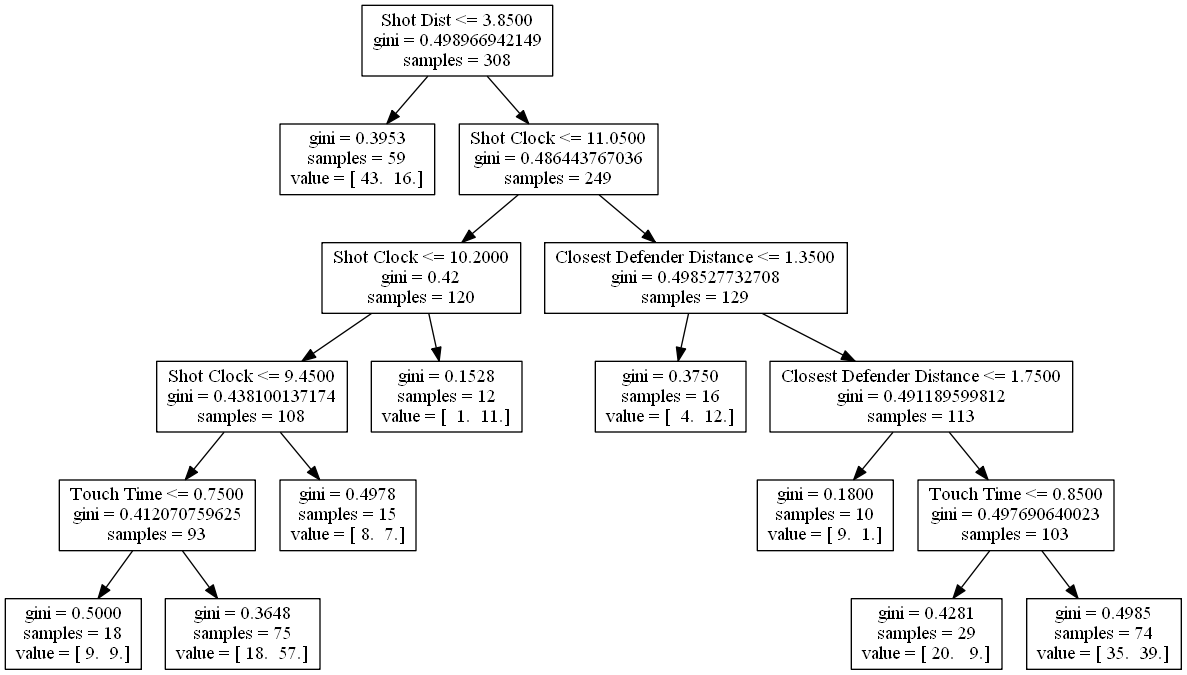
Earlier version of the Graphviz export tobias_harris.png (bveber/Analyze_NBA). Its source is kept beside it as tobias_harris.dot. Its diagram source:
```dot
digraph Tree {
0 [label="Shot Dist <= 3.8500\ngini = 0.498966942149\nsamples = 308", shape="box"] ;
1 [label="gini = 0.3953\nsamples = 59\nvalue = [ 43.  16.]", shape="box"] ;
0 -> 1 ;
2 [label="Shot Clock <= 11.0500\ngini = 0.486443767036\nsamples = 249", shape="box"] ;
0 -> 2 ;
3 [label="Shot Clock <= 10.2000\ngini = 0.42\nsamples = 120", shape="box"] ;
2 -> 3 ;
4 [label="Shot Clock <= 9.4500\ngini = 0.438100137174\nsamples = 108", shape="box"] ;
3 -> 4 ;
5 [label="Touch Time <= 0.7500\ngini = 0.412070759625\nsamples = 93", shape="box"] ;
4 -> 5 ;
6 [label="gini = 0.5000\nsamples = 18\nvalue = [ 9.  9.]", shape="box"] ;
5 -> 6 ;
7 [label="gini = 0.3648\nsamples = 75\nvalue = [ 18.  57.]", shape="box"] ;
5 -> 7 ;
8 [label="gini = 0.4978\nsamples = 15\nvalue = [ 8.  7.]", shape="box"] ;
4 -> 8 ;
9 [label="gini = 0.1528\nsamples = 12\nvalue = [  1.  11.]", shape="box"] ;
3 -> 9 ;
10 [label="Closest Defender Distance <= 1.3500\ngini = 0.498527732708\nsamples = 129", shape="box"] ;
2 -> 10 ;
11 [label="gini = 0.3750\nsamples = 16\nvalue = [  4.  12.]", shape="box"] ;
10 -> 11 ;
12 [label="Closest Defender Distance <= 1.7500\ngini = 0.491189599812\nsamples = 113", shape="box"] ;
10 -> 12 ;
13 [label="gini = 0.1800\nsamples = 10\nvalue = [ 9.  1.]", shape="box"] ;
12 -> 13 ;
14 [label="Touch Time <= 0.8500\ngini = 0.497690640023\nsamples = 103", shape="box"] ;
12 -> 14 ;
15 [label="gini = 0.4281\nsamples = 29\nvalue = [ 20.   9.]", shape="box"] ;
14 -> 15 ;
16 [label="gini = 0.4985\nsamples = 74\nvalue = [ 35.  39.]", shape="box"] ;
14 -> 16 ;
}
```
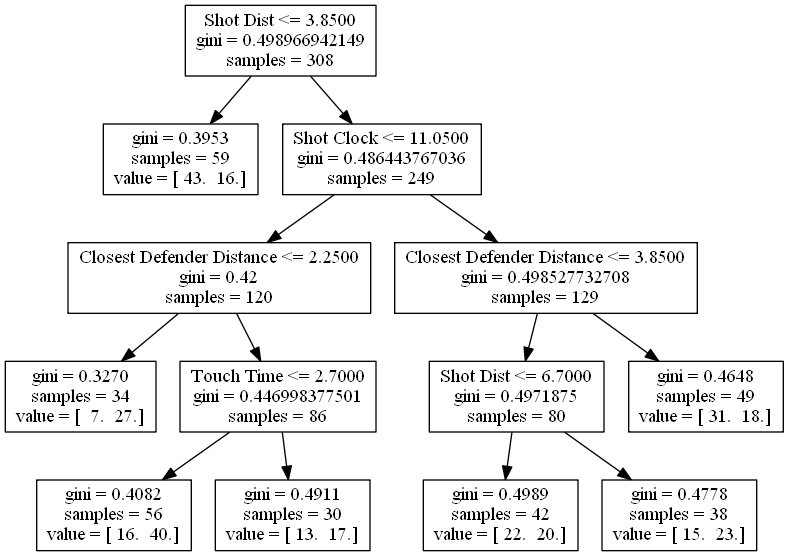
Later version of the same file.

The edit, as a diff of the source:
```diff
@@ -4,32 +4,24 @@
 0 -> 1 ;
 2 [label="Shot Clock <= 11.0500\ngini = 0.486443767036\nsamples = 249", shape="box"] ;
 0 -> 2 ;
-3 [label="Shot Clock <= 10.2000\ngini = 0.42\nsamples = 120", shape="box"] ;
+3 [label="Closest Defender Distance <= 2.2500\ngini = 0.42\nsamples = 120", shape="box"] ;
 2 -> 3 ;
-4 [label="Shot Clock <= 9.4500\ngini = 0.438100137174\nsamples = 108", shape="box"] ;
+4 [label="gini = 0.3270\nsamples = 34\nvalue = [  7.  27.]", shape="box"] ;
 3 -> 4 ;
-5 [label="Touch Time <= 0.7500\ngini = 0.412070759625\nsamples = 93", shape="box"] ;
-4 -> 5 ;
-6 [label="gini = 0.5000\nsamples = 18\nvalue = [ 9.  9.]", shape="box"] ;
+5 [label="Touch Time <= 2.7000\ngini = 0.446998377501\nsamples = 86", shape="box"] ;
+3 -> 5 ;
+6 [label="gini = 0.4082\nsamples = 56\nvalue = [ 16.  40.]", shape="box"] ;
 5 -> 6 ;
-7 [label="gini = 0.3648\nsamples = 75\nvalue = [ 18.  57.]", shape="box"] ;
+7 [label="gini = 0.4911\nsamples = 30\nvalue = [ 13.  17.]", shape="box"] ;
 5 -> 7 ;
-8 [label="gini = 0.4978\nsamples = 15\nvalue = [ 8.  7.]", shape="box"] ;
-4 -> 8 ;
-9 [label="gini = 0.1528\nsamples = 12\nvalue = [  1.  11.]", shape="box"] ;
-3 -> 9 ;
-10 [label="Closest Defender Distance <= 1.3500\ngini = 0.498527732708\nsamples = 129", shape="box"] ;
-2 -> 10 ;
-11 [label="gini = 0.3750\nsamples = 16\nvalue = [  4.  12.]", shape="box"] ;
-10 -> 11 ;
-12 [label="Closest Defender Distance <= 1.7500\ngini = 0.491189599812\nsamples = 113", shape="box"] ;
-10 -> 12 ;
-13 [label="gini = 0.1800\nsamples = 10\nvalue = [ 9.  1.]", shape="box"] ;
-12 -> 13 ;
-14 [label="Touch Time <= 0.8500\ngini = 0.497690640023\nsamples = 103", shape="box"] ;
-12 -> 14 ;
-15 [label="gini = 0.4281\nsamples = 29\nvalue = [ 20.   9.]", shape="box"] ;
-14 -> 15 ;
-16 [label="gini = 0.4985\nsamples = 74\nvalue = [ 35.  39.]", shape="box"] ;
-14 -> 16 ;
+8 [label="Closest Defender Distance <= 3.8500\ngini = 0.498527732708\nsamples = 129", shape="box"] ;
+2 -> 8 ;
+9 [label="Shot Dist <= 6.7000\ngini = 0.4971875\nsamples = 80", shape="box"] ;
+8 -> 9 ;
+10 [label="gini = 0.4989\nsamples = 42\nvalue = [ 22.  20.]", shape="box"] ;
+9 -> 10 ;
+11 [label="gini = 0.4778\nsamples = 38\nvalue = [ 15.  23.]", shape="box"] ;
+9 -> 11 ;
+12 [label="gini = 0.4648\nsamples = 49\nvalue = [ 31.  18.]", shape="box"] ;
+8 -> 12 ;
 }
```
